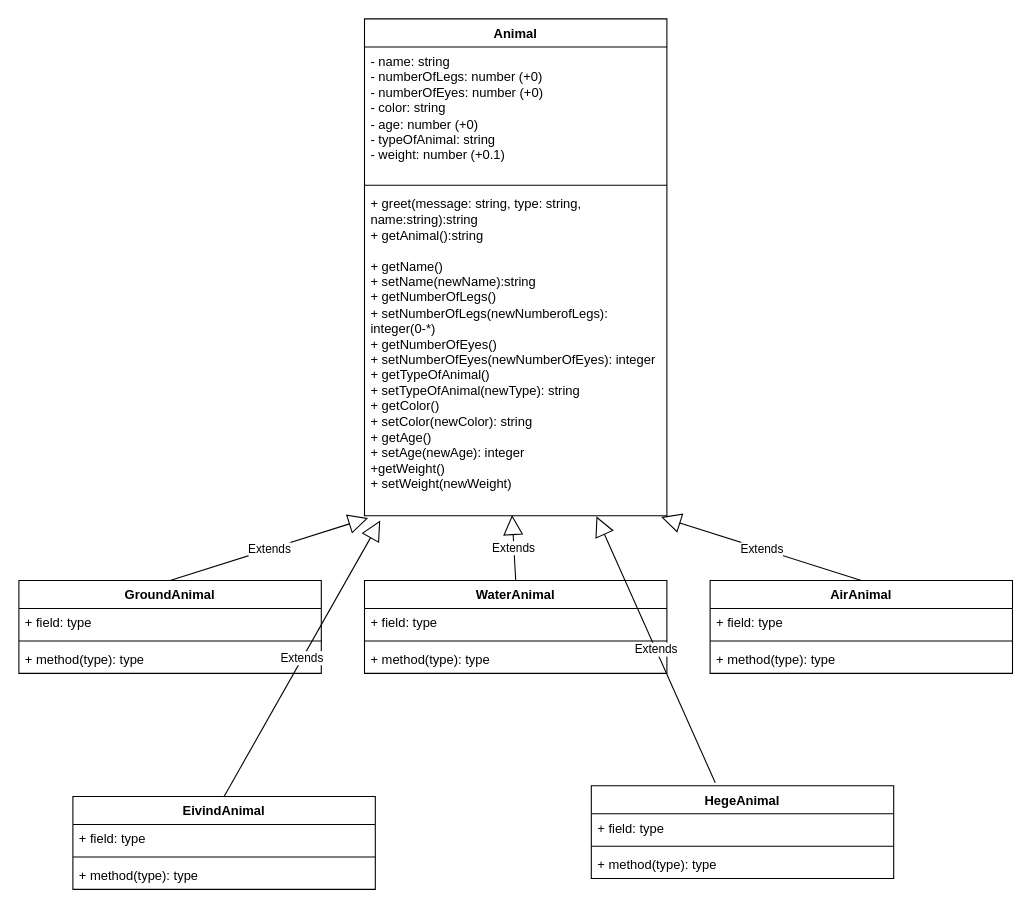
The draw.io diagram Animals.drawio in MacroFlower/Bug-Company, before the edit. Source tidied: cells renumbered, new cells numbered last; positions are measured from the earlier drawing's top-left corner, leaving out a move shared by most shapes. Both pictures are drawn from the tidied source at 108%, with x=0, y=0 at pixel (18, 18).
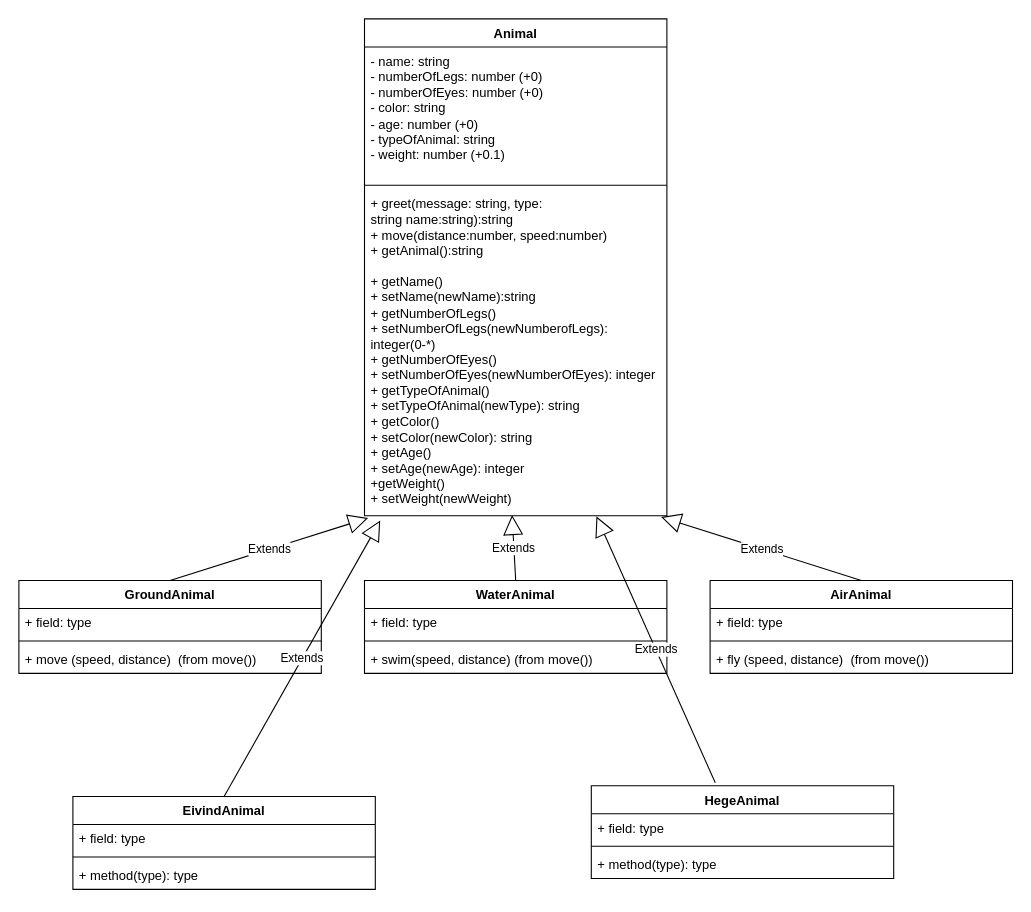
The same diagram, later.

The change refers to these unchanged cells:
```xml
<mxCell id="2" value="Animal" style="swimlane;fontStyle=1;align=center;verticalAlign=top;horizontal=1;startSize=26;whiteSpace=wrap;html=1;" parent="1" vertex="1">
  <mxGeometry x="320" width="280" height="460" as="geometry" />
</mxCell>
<mxCell id="6" value="GroundAnimal" style="swimlane;fontStyle=1;align=center;verticalAlign=top;horizontal=1;startSize=26;whiteSpace=wrap;html=1;" parent="1" vertex="1">
  <mxGeometry y="520" width="280" height="86" as="geometry" />
</mxCell>
<mxCell id="10" value="AirAnimal" style="swimlane;fontStyle=1;align=center;verticalAlign=top;horizontal=1;startSize=26;whiteSpace=wrap;html=1;" parent="1" vertex="1">
  <mxGeometry x="640" y="520" width="280" height="86" as="geometry" />
</mxCell>
<mxCell id="14" value="WaterAnimal" style="swimlane;fontStyle=1;align=center;verticalAlign=top;horizontal=1;startSize=26;whiteSpace=wrap;html=1;" parent="1" vertex="1">
  <mxGeometry x="320" y="520" width="280" height="86" as="geometry" />
</mxCell>
```

Diff of the diagram source:
```diff
@@
-    <mxCell id="5" value="+ greet(message: string, type: string, name:string):string&lt;div&gt;+ getAnimal():string&lt;br&gt;&lt;/div&gt;&lt;div&gt;&lt;br&gt;&lt;/div&gt;&lt;div&gt;+ getName()&lt;/div&gt;&lt;div&gt;+ setName(newName):string&lt;/div&gt;&lt;div&gt;+ getNumberOfLegs()&lt;br&gt;&lt;/div&gt;&lt;div&gt;+ setNumberOfLegs(newNumberofLegs): integer(0-*)&lt;/div&gt;&lt;div&gt;+ getNumberOfEyes()&lt;br&gt;&lt;/div&gt;&lt;div&gt;+ setNumberOfEyes(newNumberOfEyes): integer&lt;/div&gt;&lt;div&gt;+ getTypeOfAnimal()&lt;br&gt;&lt;/div&gt;&lt;div&gt;+ setTypeOfAnimal(newType): string&lt;/div&gt;&lt;div&gt;+ getColor()&lt;br&gt;&lt;/div&gt;&lt;div&gt;+ setColor(newColor): string&lt;/div&gt;&lt;div&gt;+ getAge()&lt;/div&gt;&lt;div&gt;+ setAge(newAge): integer&amp;nbsp;&lt;/div&gt;&lt;div&gt;+getWeight()&lt;/div&gt;&lt;div&gt;+ setWeight(newWeight)&lt;/div&gt;&lt;div&gt;&lt;br&gt;&lt;/div&gt;" style="text;strokeColor=none;fillColor=none;align=left;verticalAlign=top;spacingLeft=4;spacingRight=4;overflow=hidden;points=[[0,0.5],[1,0.5]];portConstraint=eastwest;whiteSpace=wrap;html=1;" parent="2" vertex="1">
+    <mxCell id="5" value="+ greet(message: string, type: string&amp;nbsp;&lt;span style=&quot;background-color: initial;&quot;&gt;name:string):string&lt;/span&gt;&lt;div&gt;+ move(distance:number, speed:number)&lt;br&gt;&lt;div&gt;&lt;div&gt;+ getAnimal():string&lt;br&gt;&lt;/div&gt;&lt;div&gt;&lt;br&gt;&lt;/div&gt;&lt;div&gt;+ getName()&lt;/div&gt;&lt;div&gt;+ setName(newName):string&lt;/div&gt;&lt;div&gt;+ getNumberOfLegs()&lt;br&gt;&lt;/div&gt;&lt;div&gt;+ setNumberOfLegs(newNumberofLegs): integer(0-*)&lt;/div&gt;&lt;div&gt;+ getNumberOfEyes()&lt;br&gt;&lt;/div&gt;&lt;div&gt;+ setNumberOfEyes(newNumberOfEyes): integer&lt;/div&gt;&lt;div&gt;+ getTypeOfAnimal()&lt;br&gt;&lt;/div&gt;&lt;div&gt;+ setTypeOfAnimal(newType): string&lt;/div&gt;&lt;div&gt;+ getColor()&lt;br&gt;&lt;/div&gt;&lt;div&gt;+ setColor(newColor): string&lt;/div&gt;&lt;div&gt;+ getAge()&lt;/div&gt;&lt;div&gt;+ setAge(newAge): integer&amp;nbsp;&lt;/div&gt;&lt;div&gt;+getWeight()&lt;/div&gt;&lt;div&gt;+ setWeight(newWeight)&lt;/div&gt;&lt;div&gt;&lt;br&gt;&lt;/div&gt;&lt;/div&gt;&lt;/div&gt;" style="text;strokeColor=none;fillColor=none;align=left;verticalAlign=top;spacingLeft=4;spacingRight=4;overflow=hidden;points=[[0,0.5],[1,0.5]];portConstraint=eastwest;whiteSpace=wrap;html=1;" parent="2" vertex="1">
       <mxGeometry y="158" width="280" height="302" as="geometry" />
     </mxCell>
@@
-    <mxCell id="9" value="+ method(type): type" style="text;strokeColor=none;fillColor=none;align=left;verticalAlign=top;spacingLeft=4;spacingRight=4;overflow=hidden;whiteSpace=wrap;html=1;" parent="6" vertex="1">
+    <mxCell id="9" value="+ move (speed, distance)&amp;nbsp;&amp;nbsp;(from move())" style="text;strokeColor=none;fillColor=none;align=left;verticalAlign=top;spacingLeft=4;spacingRight=4;overflow=hidden;whiteSpace=wrap;html=1;" parent="6" vertex="1">
       <mxGeometry y="60" width="280" height="26" as="geometry" />
     </mxCell>
@@
-    <mxCell id="13" value="+ method(type): type" style="text;strokeColor=none;fillColor=none;align=left;verticalAlign=top;spacingLeft=4;spacingRight=4;overflow=hidden;whiteSpace=wrap;html=1;" parent="10" vertex="1">
+    <mxCell id="13" value="+ fly (speed, distance)&amp;nbsp;&amp;nbsp;(from move())" style="text;strokeColor=none;fillColor=none;align=left;verticalAlign=top;spacingLeft=4;spacingRight=4;overflow=hidden;whiteSpace=wrap;html=1;" parent="10" vertex="1">
       <mxGeometry y="60" width="280" height="26" as="geometry" />
     </mxCell>
@@
-    <mxCell id="17" value="+ method(type): type" style="text;strokeColor=none;fillColor=none;align=left;verticalAlign=top;spacingLeft=4;spacingRight=4;overflow=hidden;whiteSpace=wrap;html=1;" parent="14" vertex="1">
+    <mxCell id="17" value="+ swim(speed, distance) (from move())" style="text;strokeColor=none;fillColor=none;align=left;verticalAlign=top;spacingLeft=4;spacingRight=4;overflow=hidden;whiteSpace=wrap;html=1;" parent="14" vertex="1">
       <mxGeometry y="60" width="280" height="26" as="geometry" />
     </mxCell>
```
